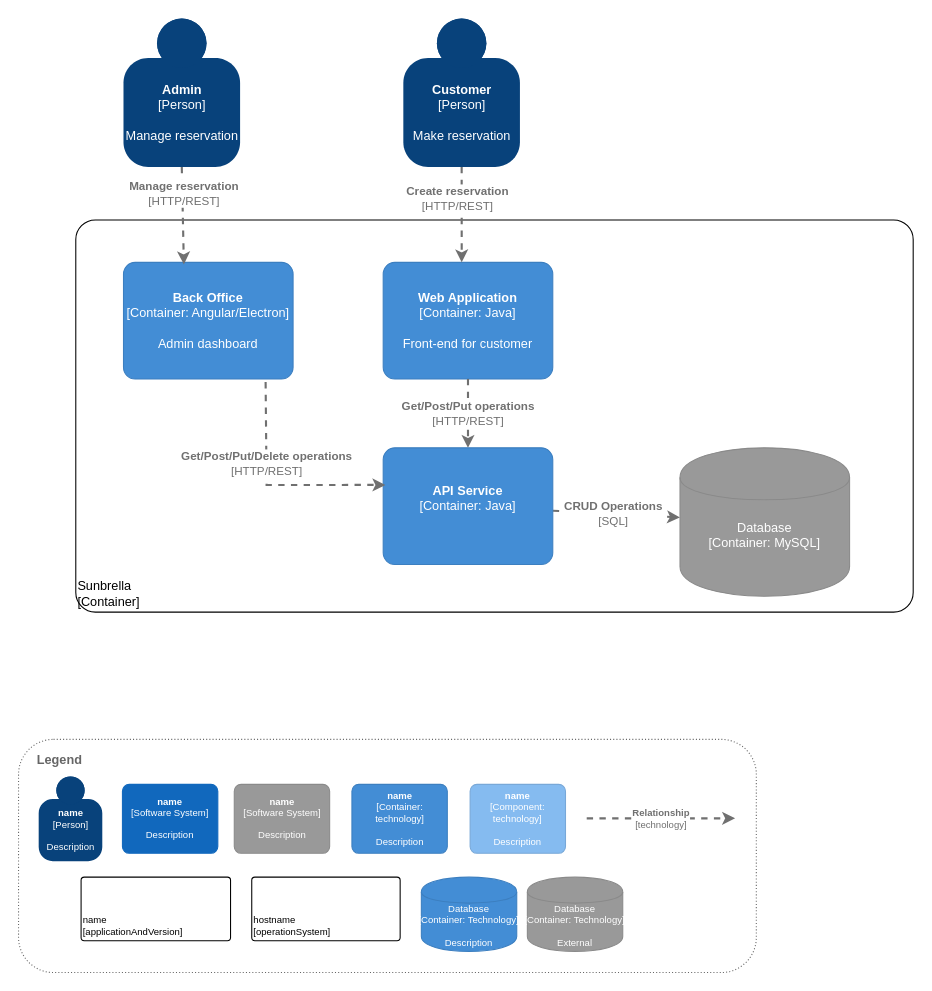
Earlier version of the draw.io diagram draw.io/sunbrella.drawio (ahidayati/database-diagram). Source tidied: cells renumbered, new cells numbered last; positions are measured from the earlier drawing's top-left corner, leaving out a move shared by most shapes. Both pictures are drawn from the tidied source at 106%, with x=0, y=0 at pixel (18, 18).
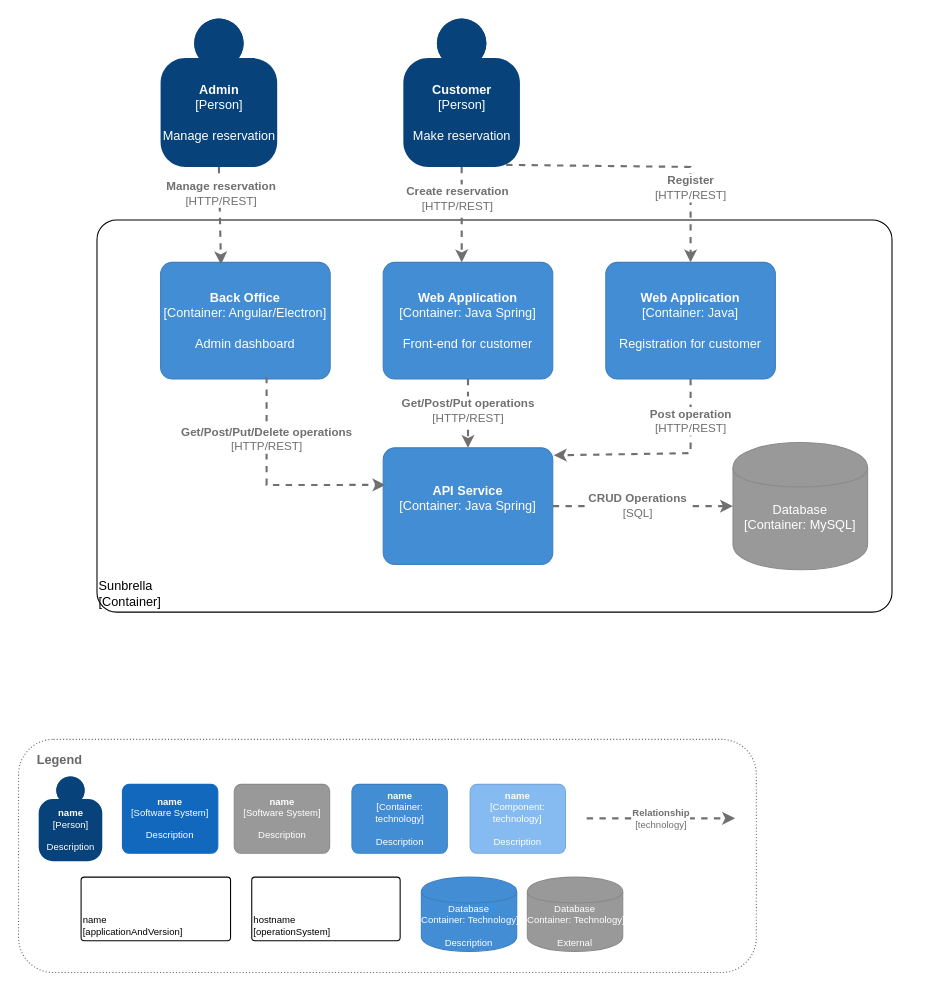
The same page after the edit.

Commit message (it also covers changes not shown here):
Mettre à jour sunbrella.drawio

Unchanged cells that the change refers to:
```xml
<object id="3" label="&lt;b&gt;%c4Name%&lt;/b&gt;&lt;div&gt;[%c4Type%]&lt;/div&gt;&lt;br&gt;&lt;div&gt;%c4Description%&lt;/div&gt;" c4Description="Make reservation" c4Name="Customer" c4Type="Person" placeholders="1">
  <mxCell style="html=1;dashed=0;whitespace=wrap;fillColor=#08427b;strokeColor=none;fontColor=#ffffff;shape=mxgraph.c4.person;align=center;points=[[0.5,0,0],[1,0.5,0],[1,0.75,0],[0.75,1,0],[0.5,1,0],[0.25,1,0],[0,0.75,0],[0,0.5,0]];metaData={&quot;c4Type&quot;:{&quot;editable&quot;:false}};" parent="1" vertex="1">
    <mxGeometry x="363" width="110" height="140" as="geometry" />
  </mxCell>
</object>
```

The edit, as a diff of the source:
```diff
@@
     <object id="2" label="&lt;div style=&quot;text-align: left&quot;&gt;%c4Name%&lt;/div&gt;&lt;div style=&quot;text-align: left&quot;&gt;[%c4Application%]&lt;/div&gt;" c4Application="Container" c4Name="Sunbrella" placeholders="1">
       <mxCell style="rounded=1;whiteSpace=wrap;html=1;labelBackgroundColor=none;fillColor=#ffffff;fontColor=#000000;align=left;arcSize=5;strokeColor=#000000;verticalAlign=bottom;metaData={&quot;c4Type&quot;:{&quot;editable&quot;:false}};" parent="1" vertex="1">
-        <mxGeometry x="54" y="190" width="790" height="370" as="geometry" />
+        <mxGeometry x="74" y="190" width="750" height="370" as="geometry" />
       </mxCell>
     </object>
@@
     <object id="4" label="&lt;div style=&quot;text-align: left&quot;&gt;&lt;div style=&quot;text-align: center&quot;&gt;&lt;b&gt;%c4Description%&lt;/b&gt;&lt;/div&gt;&lt;div style=&quot;text-align: center&quot;&gt;[%c4Technology%]&lt;/div&gt;&lt;/div&gt;" c4Description="CRUD Operations" c4Technology="SQL" placeholders="1">
       <mxCell style="edgeStyle=none;rounded=0;html=1;jettySize=auto;strokeColor=#707070;strokeWidth=2;fontColor=#707070;jumpStyle=none;dashed=1;metaData={&quot;c4Type&quot;:{&quot;editable&quot;:false}};" parent="1" edge="1" source="9" target="5">
-        <mxGeometry x="-0.05" relative="1" as="geometry" />
+        <mxGeometry x="-0.06" relative="1" as="geometry" />
       </mxCell>
     </object>
     <object id="5" label="%c4Type%&lt;div style=&quot;font-size: 12px;&quot;&gt;[Container:&amp;nbsp;%c4Technology%]&lt;/div&gt;&lt;br style=&quot;font-size: 12px;&quot;&gt;&lt;div style=&quot;font-size: 12px;&quot;&gt;%c4Description%&lt;/div&gt;" c4Description="" c4Technology="MySQL" c4Type="Database" placeholders="1">
       <mxCell style="shape=cylinder;whiteSpace=wrap;html=1;boundedLbl=1;rounded=1;labelBackgroundColor=none;fillColor=#999999;fontSize=12;fontColor=#ffffff;align=center;strokeColor=#8A8A8A;points=[[0.5,0,0],[1,0.25,0],[1,0.5,0],[1,0.75,0],[0.5,1,0],[0,0.75,0],[0,0.5,0],[0,0.25,0]];metaData={&quot;c4Type&quot;:{&quot;editable&quot;:false}};arcSize=10;" parent="1" vertex="1">
-        <mxGeometry x="624" y="405" width="160" height="140" as="geometry" />
+        <mxGeometry x="674" y="400" width="127" height="120" as="geometry" />
       </mxCell>
     </object>
-    <object id="6" label="&lt;b&gt;%c4Name%&lt;/b&gt;&lt;div&gt;[%c4Type%: %c4Technology%]&lt;/div&gt;&lt;br&gt;&lt;div&gt;%c4Description%&lt;/div&gt;" c4Description="Front-end for customer" c4Name="Web Application" c4Technology="Java" c4Type="Container" placeholders="1">
+    <object id="6" label="&lt;b&gt;%c4Name%&lt;/b&gt;&lt;div&gt;[%c4Type%: %c4Technology%]&lt;/div&gt;&lt;br&gt;&lt;div&gt;%c4Description%&lt;/div&gt;" c4Description="Front-end for customer" c4Name="Web Application" c4Technology="Java Spring" c4Type="Container" placeholders="1">
       <mxCell style="rounded=1;whiteSpace=wrap;html=1;labelBackgroundColor=none;fillColor=#438DD5;fontColor=#ffffff;align=center;arcSize=10;strokeColor=#3C7FC0;metaData={&quot;c4Type&quot;:{&quot;editable&quot;:false}};points=[[0.25,0,0],[0.5,0,0],[0.75,0,0],[1,0.25,0],[1,0.5,0],[1,0.75,0],[0.75,1,0],[0.5,1,0],[0.25,1,0],[0,0.75,0],[0,0.5,0],[0,0.25,0]];" parent="1" vertex="1">
         <mxGeometry x="344" y="230" width="160" height="110" as="geometry" />
       </mxCell>
     </object>
     <object id="7" label="&lt;div style=&quot;text-align: left&quot;&gt;&lt;div style=&quot;text-align: center&quot;&gt;&lt;b&gt;%c4Description%&lt;/b&gt;&lt;/div&gt;&lt;div style=&quot;text-align: center&quot;&gt;[%c4Technology%]&lt;/div&gt;&lt;/div&gt;" c4Description="Get/Post/Put operations" c4Technology="HTTP/REST" placeholders="1">
       <mxCell style="edgeStyle=none;rounded=0;html=1;jettySize=auto;strokeColor=#707070;strokeWidth=2;fontColor=#707070;jumpStyle=none;dashed=1;metaData={&quot;c4Type&quot;:{&quot;editable&quot;:false}};" parent="1" edge="1" source="6" target="9">
-        <mxGeometry relative="1" as="geometry" />
+        <mxGeometry x="-0.08" relative="1" as="geometry" />
       </mxCell>
     </object>
     <object id="8" label="&lt;b&gt;%c4Name%&lt;/b&gt;&lt;div&gt;[%c4Type%: %c4Technology%]&lt;/div&gt;&lt;br&gt;&lt;div&gt;%c4Description%&lt;/div&gt;" c4Description="Admin dashboard" c4Name="Back Office" c4Technology="Angular/Electron" c4Type="Container" placeholders="1">
       <mxCell style="rounded=1;whiteSpace=wrap;html=1;labelBackgroundColor=none;fillColor=#438DD5;fontColor=#ffffff;align=center;arcSize=10;strokeColor=#3C7FC0;metaData={&quot;c4Type&quot;:{&quot;editable&quot;:false}};points=[[0.25,0,0],[0.5,0,0],[0.75,0,0],[1,0.25,0],[1,0.5,0],[1,0.75,0],[0.75,1,0],[0.5,1,0],[0.25,1,0],[0,0.75,0],[0,0.5,0],[0,0.25,0]];" parent="1" vertex="1">
-        <mxGeometry x="99" y="230" width="160" height="110" as="geometry" />
+        <mxGeometry x="134" y="230" width="160" height="110" as="geometry" />
       </mxCell>
     </object>
-    <object id="9" label="&lt;b&gt;%c4Name%&lt;/b&gt;&lt;div&gt;[%c4Type%: %c4Technology%]&lt;/div&gt;&lt;br&gt;&lt;div&gt;%c4Description%&lt;/div&gt;" c4Description="" c4Name="API Service" c4Technology="Java" c4Type="Container" placeholders="1">
+    <object id="9" label="&lt;b&gt;%c4Name%&lt;/b&gt;&lt;div&gt;[%c4Type%: %c4Technology%]&lt;/div&gt;&lt;br&gt;&lt;div&gt;%c4Description%&lt;/div&gt;" c4Description="" c4Name="API Service" c4Technology="Java Spring" c4Type="Container" placeholders="1">
       <mxCell style="rounded=1;whiteSpace=wrap;html=1;labelBackgroundColor=none;fillColor=#438DD5;fontColor=#ffffff;align=center;arcSize=10;strokeColor=#3C7FC0;metaData={&quot;c4Type&quot;:{&quot;editable&quot;:false}};points=[[0.25,0,0],[0.5,0,0],[0.75,0,0],[1,0.25,0],[1,0.5,0],[1,0.75,0],[0.75,1,0],[0.5,1,0],[0.25,1,0],[0,0.75,0],[0,0.5,0],[0,0.25,0]];" parent="1" vertex="1">
         <mxGeometry x="344" y="405" width="160" height="110" as="geometry" />
       </mxCell>
     </object>
@@
     <object id="23" label="&lt;b&gt;%c4Name%&lt;/b&gt;&lt;div&gt;[%c4Type%]&lt;/div&gt;&lt;br&gt;&lt;div&gt;%c4Description%&lt;/div&gt;" c4Description="Manage reservation" c4Name="Admin" c4Type="Person" placeholders="1">
       <mxCell style="html=1;dashed=0;whitespace=wrap;fillColor=#08427b;strokeColor=none;fontColor=#ffffff;shape=mxgraph.c4.person;align=center;points=[[0.5,0,0],[1,0.5,0],[1,0.75,0],[0.75,1,0],[0.5,1,0],[0.25,1,0],[0,0.75,0],[0,0.5,0]];metaData={&quot;c4Type&quot;:{&quot;editable&quot;:false}};" parent="1" vertex="1">
-        <mxGeometry x="99" width="110" height="140" as="geometry" />
+        <mxGeometry x="134" width="110" height="140" as="geometry" />
       </mxCell>
     </object>
     <object id="24" label="&lt;div style=&quot;text-align: left&quot;&gt;&lt;div style=&quot;text-align: center&quot;&gt;&lt;b&gt;%c4Description%&lt;/b&gt;&lt;/div&gt;&lt;div style=&quot;text-align: center&quot;&gt;[%c4Technology%]&lt;/div&gt;&lt;/div&gt;" c4Description="Get/Post/Put/Delete operations" c4Technology="HTTP/REST" placeholders="1">
-      <mxCell style="edgeStyle=none;rounded=0;html=1;jettySize=auto;strokeColor=#707070;strokeWidth=2;fontColor=#707070;jumpStyle=none;dashed=1;metaData={&quot;c4Type&quot;:{&quot;editable&quot;:false}};entryX=0.013;entryY=0.318;entryDx=0;entryDy=0;entryPerimeter=0;exitX=0.838;exitY=1.027;exitDx=0;exitDy=0;exitPerimeter=0;" parent="1" edge="1" source="8" target="9">
-        <mxGeometry x="-0.26" relative="1" as="geometry">
+      <mxCell style="edgeStyle=none;rounded=0;html=1;jettySize=auto;strokeColor=#707070;strokeWidth=2;fontColor=#707070;jumpStyle=none;dashed=1;metaData={&quot;c4Type&quot;:{&quot;editable&quot;:false}};entryX=0.013;entryY=0.318;entryDx=0;entryDy=0;entryPerimeter=0;exitX=0.625;exitY=0.982;exitDx=0;exitDy=0;exitPerimeter=0;" parent="1" edge="1" source="8" target="9">
+        <mxGeometry x="-0.45" relative="1" as="geometry">
           <Array as="points">
             <mxPoint x="234" y="440" />
           </Array>
         </mxGeometry>
       </mxCell>
     </object>
@@
+    <object id="27" label="&lt;b&gt;%c4Name%&lt;/b&gt;&lt;div&gt;[%c4Type%: %c4Technology%]&lt;/div&gt;&lt;br&gt;&lt;div&gt;%c4Description%&lt;/div&gt;" c4Description="Registration for customer" c4Name="Web Application" c4Technology="Java" c4Type="Container" placeholders="1">
+      <mxCell style="rounded=1;whiteSpace=wrap;html=1;labelBackgroundColor=none;fillColor=#438DD5;fontColor=#ffffff;align=center;arcSize=10;strokeColor=#3C7FC0;metaData={&quot;c4Type&quot;:{&quot;editable&quot;:false}};points=[[0.25,0,0],[0.5,0,0],[0.75,0,0],[1,0.25,0],[1,0.5,0],[1,0.75,0],[0.75,1,0],[0.5,1,0],[0.25,1,0],[0,0.75,0],[0,0.5,0],[0,0.25,0]];" parent="1" vertex="1">
+        <mxGeometry x="554" y="230" width="160" height="110" as="geometry" />
+      </mxCell>
+    </object>
+    <object id="28" label="&lt;div style=&quot;text-align: left&quot;&gt;&lt;div style=&quot;text-align: center&quot;&gt;&lt;b&gt;%c4Description%&lt;/b&gt;&lt;/div&gt;&lt;div style=&quot;text-align: center&quot;&gt;[%c4Technology%]&lt;/div&gt;&lt;/div&gt;" c4Description="Post operation" c4Technology="HTTP/REST" placeholders="1">
+      <mxCell style="edgeStyle=none;rounded=0;html=1;jettySize=auto;strokeColor=#707070;strokeWidth=2;fontColor=#707070;jumpStyle=none;dashed=1;metaData={&quot;c4Type&quot;:{&quot;editable&quot;:false}};exitX=0.5;exitY=1;exitDx=0;exitDy=0;exitPerimeter=0;entryX=1.006;entryY=0.064;entryDx=0;entryDy=0;entryPerimeter=0;" parent="1" edge="1" source="27" target="9">
+        <mxGeometry x="-0.6" relative="1" as="geometry">
+          <Array as="points">
+            <mxPoint x="634" y="410" />
+          </Array>
+        </mxGeometry>
+      </mxCell>
+    </object>
+    <object id="29" label="&lt;div style=&quot;text-align: left&quot;&gt;&lt;div style=&quot;text-align: center&quot;&gt;&lt;b&gt;%c4Description%&lt;/b&gt;&lt;/div&gt;&lt;div style=&quot;text-align: center&quot;&gt;[%c4Technology%]&lt;/div&gt;&lt;/div&gt;" c4Description="Register" c4Technology="HTTP/REST" placeholders="1">
+      <mxCell style="edgeStyle=none;rounded=0;html=1;jettySize=auto;strokeColor=#707070;strokeWidth=2;fontColor=#707070;jumpStyle=none;dashed=1;metaData={&quot;c4Type&quot;:{&quot;editable&quot;:false}};entryX=0.5;entryY=0;entryDx=0;entryDy=0;entryPerimeter=0;exitX=0.882;exitY=0.986;exitDx=0;exitDy=0;exitPerimeter=0;" parent="1" edge="1" source="3" target="27">
+        <mxGeometry x="0.47" relative="1" as="geometry">
+          <Array as="points">
+            <mxPoint x="634" y="140" />
+          </Array>
+        </mxGeometry>
+      </mxCell>
+    </object>
```
